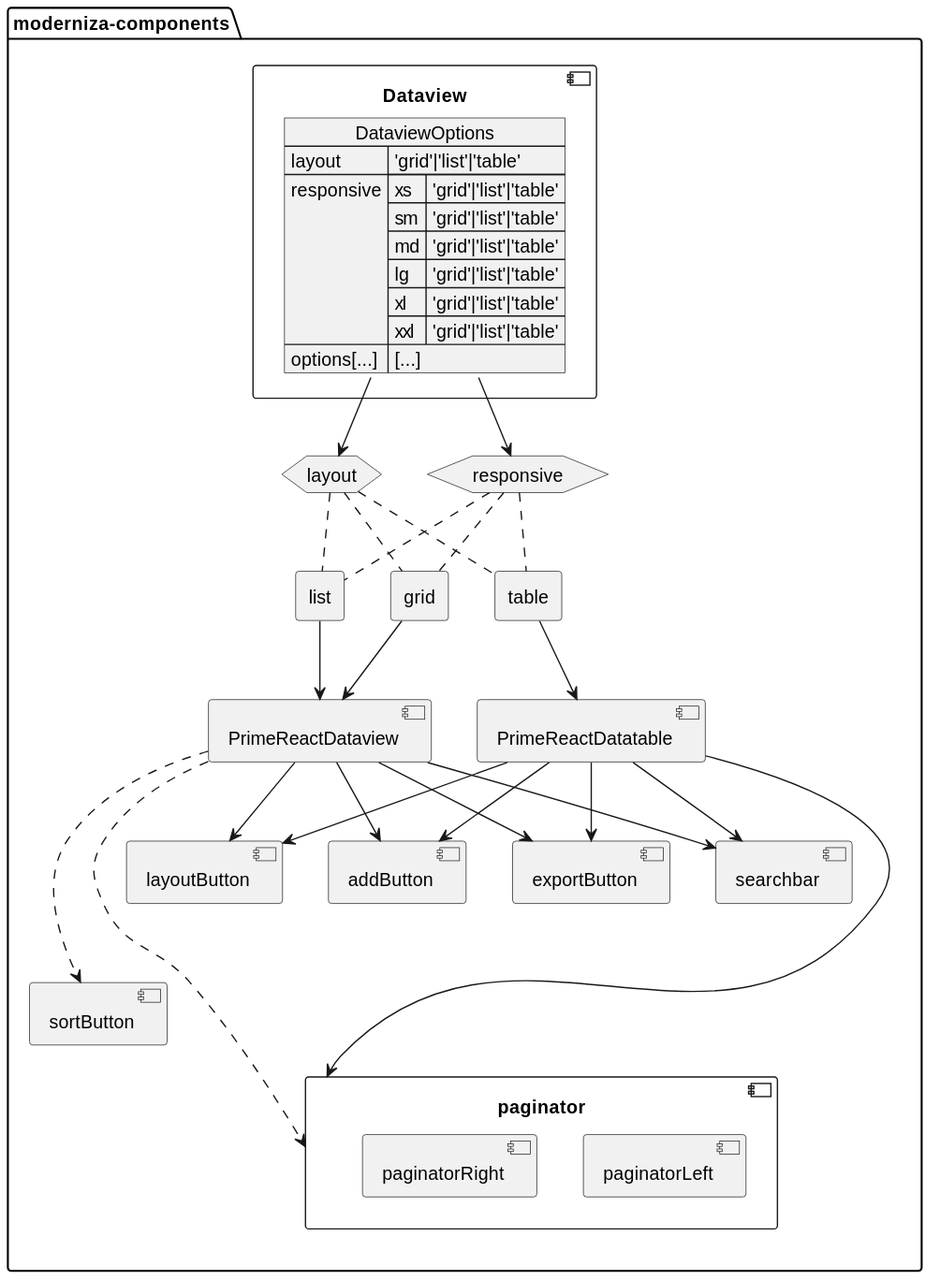
Earlier version of the PlantUML export docs/diagrams/out/dataview/dataviewDiagram.svg (moderniza-modershop/moderniza-components).
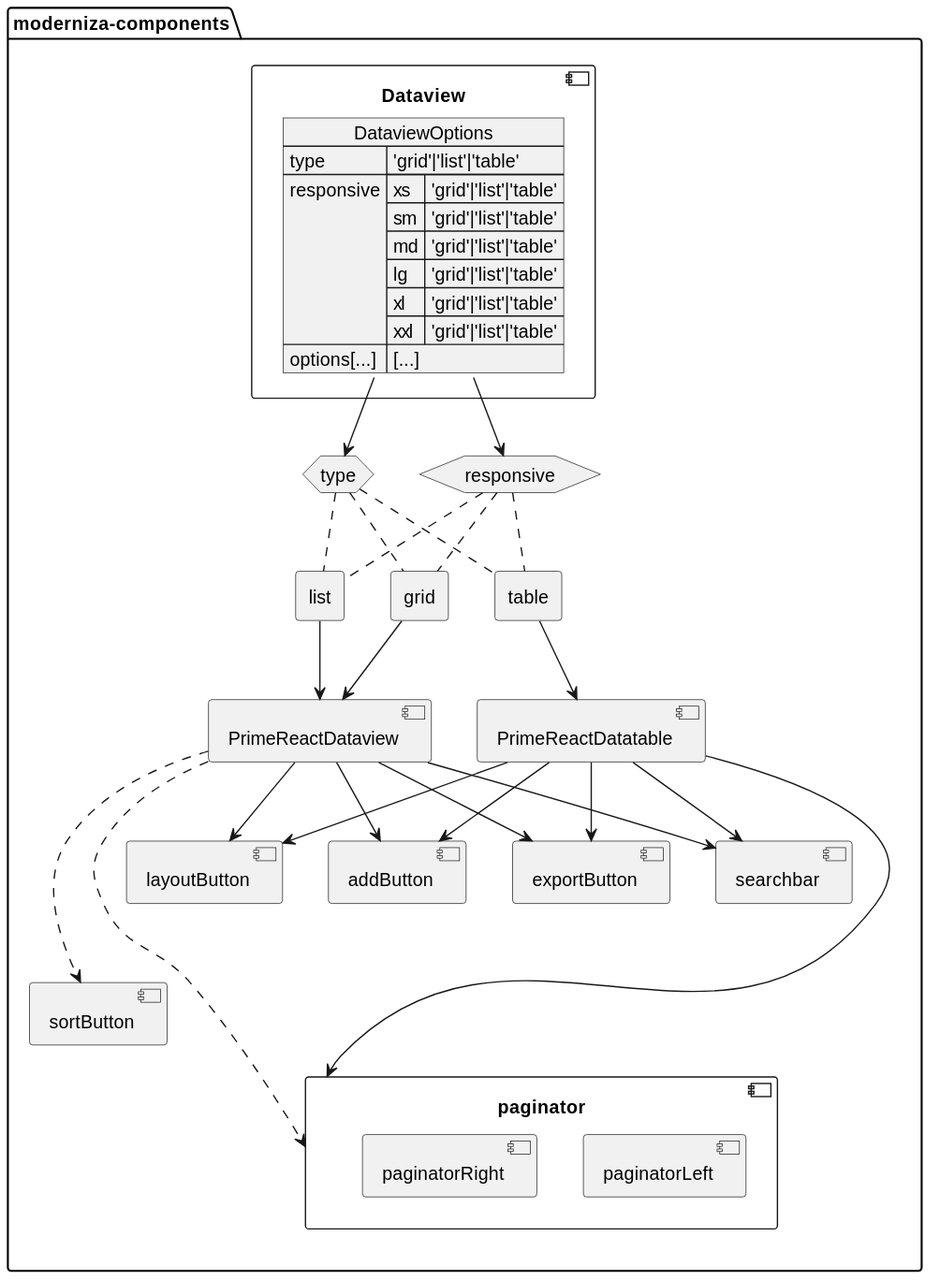
Above is the later version.

What changed in the source:
```diff
@@ -5,7 +5,7 @@
 
     component Dataview{
         json DataviewOptions {
-            "layout":"'grid'|'list'|'table'",
+            "type":"'grid'|'list'|'table'",
             "responsive":{
                 "xs":"'grid'|'list'|'table'",
                 "sm":"'grid'|'list'|'table'",
@@ -21,7 +21,7 @@
     component PrimeReactDatatable
     component PrimeReactDataview
 
-    hexagon layout
+    hexagon type
     hexagon responsive
 
     rectangle grid
@@ -39,11 +39,11 @@
     }
 
     DataviewOptions -down-> responsive
-    DataviewOptions -down-> layout
+    DataviewOptions -down-> type
 
-    layout .. grid
-    layout .. table
-    layout .. list
+    type .. grid
+    type .. table
+    type .. list
 
     responsive .. grid
     responsive .. table
```
